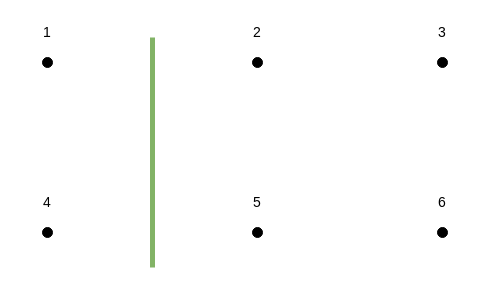
iturner72/1729 keeps this draw.io diagram as pix/Untitled Diagram.drawio. Above is the earlier version. Source tidied: cells renumbered, new cells numbered last; positions are measured from the earlier drawing's top-left corner, leaving out a move shared by most shapes. Both pictures are drawn from the tidied source at 100%, with x=0, y=0 at pixel (17, 17).
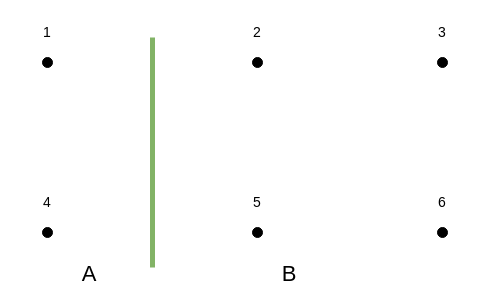
Above is the later version.

What changed in the source:
```diff
@@
 <mxGraphModel>
   <root>
     <mxCell id="0" />
     <mxCell id="1" parent="0" />
     <mxCell id="2" style="endArrow=none;html=1;rounded=0;fillColor=#d5e8d4;strokeColor=#82b366;strokeWidth=5;" parent="1" edge="1">
       <mxGeometry relative="1" as="geometry">
         <mxPoint x="135" y="250" as="sourcePoint" />
         <mxPoint x="135" y="20" as="targetPoint" />
       </mxGeometry>
     </mxCell>
     <mxCell id="3" style="ellipse;whiteSpace=wrap;html=1;fillColor=#000000;" parent="1" vertex="1">
       <mxGeometry x="25" y="40" width="10" height="10" as="geometry" />
     </mxCell>
     <mxCell id="4" style="ellipse;whiteSpace=wrap;html=1;fillColor=#000000;" parent="1" vertex="1">
       <mxGeometry x="235" y="40" width="10" height="10" as="geometry" />
     </mxCell>
     <mxCell id="5" style="ellipse;whiteSpace=wrap;html=1;fillColor=#000000;" parent="1" vertex="1">
       <mxGeometry x="235" y="210" width="10" height="10" as="geometry" />
     </mxCell>
     <mxCell id="6" style="ellipse;whiteSpace=wrap;html=1;fillColor=#000000;" parent="1" vertex="1">
       <mxGeometry x="25" y="210" width="10" height="10" as="geometry" />
     </mxCell>
     <mxCell id="7" value="&lt;font style=&quot;font-size: 14px;&quot;&gt;1&lt;/font&gt;" style="text;html=1;strokeColor=none;fillColor=none;align=center;verticalAlign=middle;whiteSpace=wrap;rounded=0;" parent="1" vertex="1">
       <mxGeometry width="60" height="30" as="geometry" />
     </mxCell>
     <mxCell id="8" value="&lt;font style=&quot;font-size: 14px;&quot;&gt;2&lt;/font&gt;" style="text;html=1;strokeColor=none;fillColor=none;align=center;verticalAlign=middle;whiteSpace=wrap;rounded=0;" parent="1" vertex="1">
       <mxGeometry x="210" width="60" height="30" as="geometry" />
     </mxCell>
     <mxCell id="9" value="&lt;font style=&quot;font-size: 14px;&quot;&gt;5&lt;/font&gt;" style="text;html=1;strokeColor=none;fillColor=none;align=center;verticalAlign=middle;whiteSpace=wrap;rounded=0;" parent="1" vertex="1">
       <mxGeometry x="210" y="170" width="60" height="30" as="geometry" />
     </mxCell>
     <mxCell id="10" value="&lt;font style=&quot;font-size: 14px;&quot;&gt;4&lt;/font&gt;" style="text;html=1;strokeColor=none;fillColor=none;align=center;verticalAlign=middle;whiteSpace=wrap;rounded=0;" parent="1" vertex="1">
       <mxGeometry y="170" width="60" height="30" as="geometry" />
     </mxCell>
     <mxCell id="11" style="ellipse;whiteSpace=wrap;html=1;fillColor=#000000;" parent="1" vertex="1">
       <mxGeometry x="420" y="40" width="10" height="10" as="geometry" />
     </mxCell>
     <mxCell id="12" style="ellipse;whiteSpace=wrap;html=1;fillColor=#000000;" parent="1" vertex="1">
       <mxGeometry x="420" y="210" width="10" height="10" as="geometry" />
     </mxCell>
     <mxCell id="13" value="&lt;font style=&quot;font-size: 14px;&quot;&gt;3&lt;/font&gt;" style="text;html=1;strokeColor=none;fillColor=none;align=center;verticalAlign=middle;whiteSpace=wrap;rounded=0;" parent="1" vertex="1">
       <mxGeometry x="395" width="60" height="30" as="geometry" />
     </mxCell>
     <mxCell id="14" value="&lt;font style=&quot;font-size: 14px;&quot;&gt;6&lt;/font&gt;" style="text;html=1;strokeColor=none;fillColor=none;align=center;verticalAlign=middle;whiteSpace=wrap;rounded=0;" parent="1" vertex="1">
       <mxGeometry x="395" y="170" width="60" height="30" as="geometry" />
     </mxCell>
+    <mxCell id="15" value="&lt;font style=&quot;font-size: 22px;&quot;&gt;A&lt;/font&gt;" style="text;html=1;strokeColor=none;fillColor=none;align=center;verticalAlign=middle;whiteSpace=wrap;rounded=0;" parent="1" vertex="1">
+      <mxGeometry x="42" y="242" width="60" height="30" as="geometry" />
+    </mxCell>
+    <mxCell id="16" value="&lt;font style=&quot;font-size: 22px;&quot;&gt;B&lt;/font&gt;" style="text;html=1;strokeColor=none;fillColor=none;align=center;verticalAlign=middle;whiteSpace=wrap;rounded=0;" parent="1" vertex="1">
+      <mxGeometry x="242" y="242" width="60" height="30" as="geometry" />
+    </mxCell>
   </root>
 </mxGraphModel>
```
